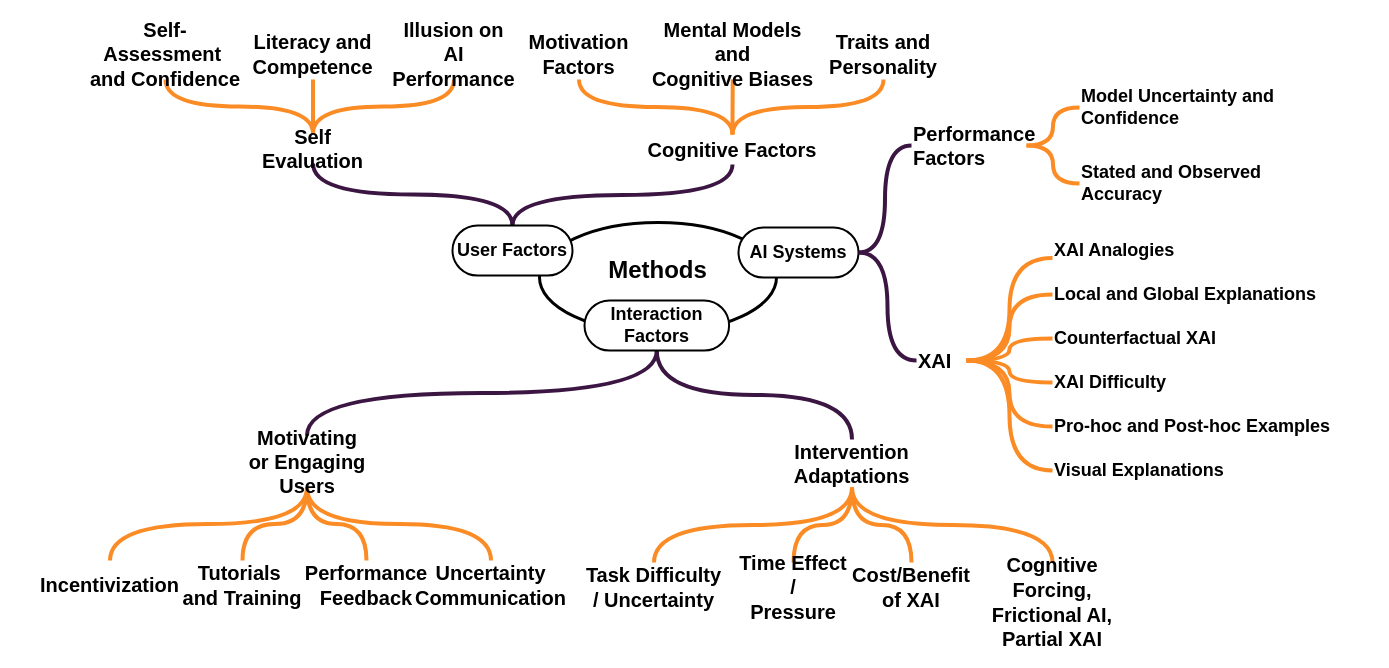
Above: ext/chi-rev-method-overview.drawio in raeeschaudhary/Coursera_Exams (draw.io), before the change. Source tidied: cells renumbered, new cells numbered last; positions are measured from the earlier drawing's top-left corner, leaving out a move shared by most shapes. Both pictures are drawn from the tidied source at 100%, with x=0, y=0 at pixel (38, 29).
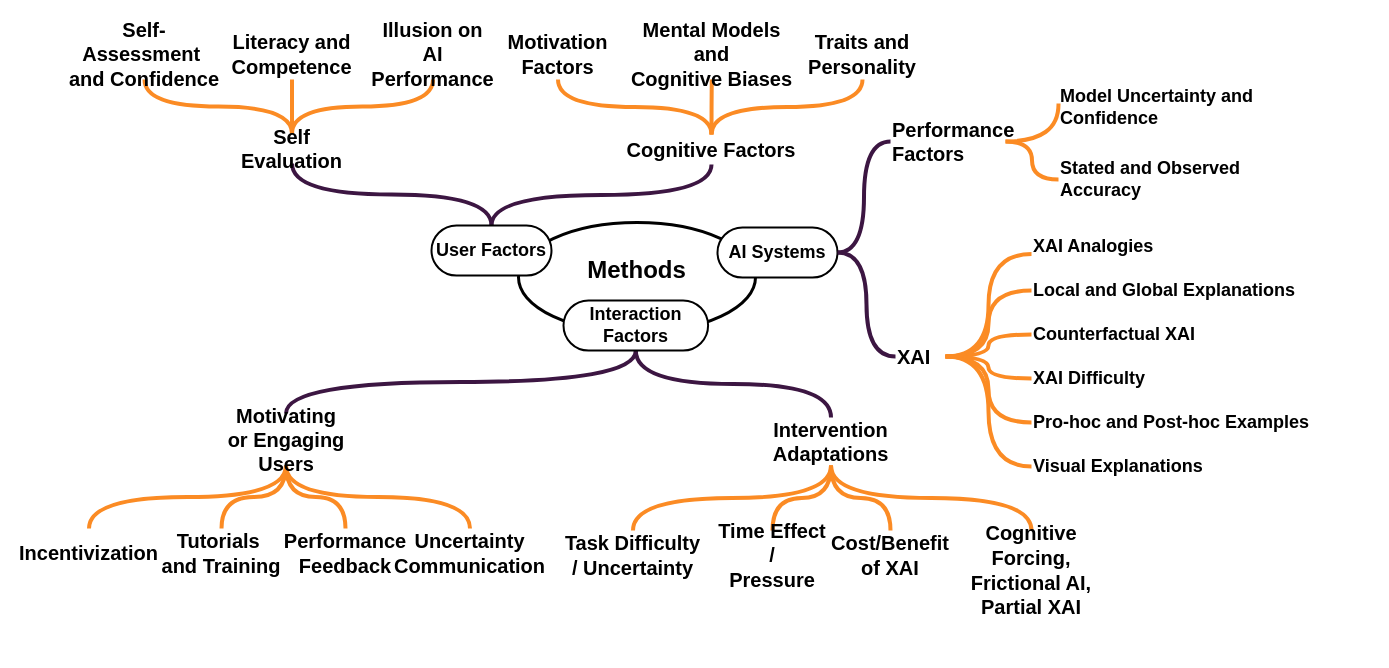
After the change.

The edit, as a diff of the source:
```diff
@@
     <mxCell id="2" value="Methods" style="ellipse;whiteSpace=wrap;html=1;strokeWidth=3;fontFamily=corbel;fontSize=24;fontStyle=1;verticalAlign=top;spacingTop=27;" parent="1" vertex="1">
-      <mxGeometry x="501" y="193" width="237" height="110" as="geometry" />
+      <mxGeometry x="480" y="193" width="237" height="110" as="geometry" />
     </mxCell>
@@
     <mxCell id="4" value="AI Systems" style="rounded=1;whiteSpace=wrap;html=1;arcSize=50;strokeWidth=2;fontFamily=corbel;fontSize=18;fontStyle=1;" parent="1" vertex="1">
-      <mxGeometry x="700" y="198" width="120" height="50" as="geometry" />
+      <mxGeometry x="679" y="198" width="120" height="50" as="geometry" />
     </mxCell>
@@
     <mxCell id="7" value="User Factors" style="rounded=1;whiteSpace=wrap;html=1;arcSize=50;strokeWidth=2;fontFamily=corbel;fontSize=18;fontStyle=1;" parent="1" vertex="1">
-      <mxGeometry x="414" y="196" width="120" height="50" as="geometry" />
+      <mxGeometry x="393" y="196" width="120" height="50" as="geometry" />
     </mxCell>
@@
     <mxCell id="10" value="Interaction Factors" style="rounded=1;whiteSpace=wrap;html=1;arcSize=50;strokeWidth=2;fontFamily=corbel;fontSize=18;fontStyle=1;" parent="1" vertex="1">
-      <mxGeometry x="546" y="271" width="144.6" height="50" as="geometry" />
+      <mxGeometry x="525" y="271" width="144.6" height="50" as="geometry" />
     </mxCell>
     <mxCell id="11" value="&lt;span style=&quot;&quot;&gt;Performance&amp;nbsp;&lt;/span&gt;&lt;div&gt;&lt;span style=&quot;&quot;&gt;Factors&lt;/span&gt;&lt;/div&gt;" style="text;html=1;whiteSpace=wrap;strokeColor=none;fillColor=none;align=left;verticalAlign=middle;rounded=0;fontFamily=corbel;fontStyle=1;fontSize=20;" parent="1" vertex="1">
-      <mxGeometry x="873" y="101" width="115" height="30" as="geometry" />
+      <mxGeometry x="852" y="97" width="115" height="30" as="geometry" />
     </mxCell>
@@
     <mxCell id="13" value="&lt;span style=&quot;&quot;&gt;XAI&lt;/span&gt;" style="text;html=1;whiteSpace=wrap;strokeColor=none;fillColor=none;align=left;verticalAlign=middle;rounded=0;fontFamily=corbel;fontStyle=1;fontSize=20;" parent="1" vertex="1">
-      <mxGeometry x="878" y="316" width="50" height="30" as="geometry" />
+      <mxGeometry x="857" y="312" width="50" height="30" as="geometry" />
     </mxCell>
@@
     <mxCell id="15" value="&lt;span&gt;&lt;span&gt;Model Uncertainty and Confidence&lt;/span&gt;&lt;/span&gt;" style="text;html=1;whiteSpace=wrap;strokeColor=none;fillColor=none;align=left;verticalAlign=middle;rounded=0;fontFamily=corbel;fontSize=18;fontStyle=1;" parent="1" vertex="1">
-      <mxGeometry x="1041" y="63" width="277" height="30" as="geometry" />
+      <mxGeometry x="1020" y="63" width="277" height="30" as="geometry" />
     </mxCell>
     <mxCell id="16" value="&lt;span&gt;&lt;span&gt;Stated and Observed Accuracy&lt;/span&gt;&lt;/span&gt;" style="text;html=1;whiteSpace=wrap;strokeColor=none;fillColor=none;align=left;verticalAlign=middle;rounded=0;fontFamily=corbel;fontSize=18;fontStyle=1;" parent="1" vertex="1">
-      <mxGeometry x="1041" y="139" width="257" height="30" as="geometry" />
+      <mxGeometry x="1020" y="135" width="257" height="30" as="geometry" />
     </mxCell>
-    <mxCell id="17" style="edgeStyle=orthogonalEdgeStyle;rounded=0;jettySize=auto;html=1;exitX=1;exitY=0.5;exitDx=0;exitDy=0;entryX=0;entryY=0.5;entryDx=0;entryDy=0;strokeWidth=4;curved=1;endArrow=none;endFill=0;strokeColor=#FB8B24;" parent="1" edge="1" source="11" target="15">
-      <mxGeometry relative="1" as="geometry" />
+    <mxCell id="17" style="edgeStyle=orthogonalEdgeStyle;rounded=0;jettySize=auto;html=1;exitX=1;exitY=0.5;exitDx=0;exitDy=0;entryX=0;entryY=0.5;entryDx=0;entryDy=0;strokeWidth=4;curved=1;endArrow=none;endFill=0;strokeColor=#FB8B24;" parent="1" edge="1" source="11">
+      <mxGeometry relative="1" as="geometry">
+        <mxPoint x="1020" y="74" as="targetPoint" />
+      </mxGeometry>
     </mxCell>
@@
     <mxCell id="19" value="&lt;span&gt;&lt;span&gt;XAI Analogies&lt;/span&gt;&lt;/span&gt;" style="text;html=1;whiteSpace=wrap;strokeColor=none;fillColor=none;align=left;verticalAlign=middle;rounded=0;fontFamily=corbel;fontSize=18;fontStyle=1;" parent="1" vertex="1">
-      <mxGeometry x="1014" y="206" width="192" height="30" as="geometry" />
+      <mxGeometry x="993" y="202" width="192" height="30" as="geometry" />
     </mxCell>
     <mxCell id="20" value="&lt;span&gt;&lt;span&gt;Local and Global Explanations&amp;nbsp;&lt;/span&gt;&lt;/span&gt;" style="text;html=1;whiteSpace=wrap;strokeColor=none;fillColor=none;align=left;verticalAlign=middle;rounded=0;fontFamily=corbel;fontSize=18;fontStyle=1;" parent="1" vertex="1">
-      <mxGeometry x="1014" y="250" width="290" height="30" as="geometry" />
+      <mxGeometry x="993" y="246" width="290" height="30" as="geometry" />
     </mxCell>
     <mxCell id="21" value="&lt;span&gt;&lt;span&gt;Counterfactual XAI&lt;/span&gt;&lt;/span&gt;" style="text;html=1;whiteSpace=wrap;strokeColor=none;fillColor=none;align=left;verticalAlign=middle;rounded=0;fontFamily=corbel;fontSize=18;fontStyle=1;" parent="1" vertex="1">
-      <mxGeometry x="1014" y="294" width="285" height="30" as="geometry" />
+      <mxGeometry x="993" y="290" width="285" height="30" as="geometry" />
     </mxCell>
     <mxCell id="22" value="&lt;span&gt;&lt;span&gt;XAI Difficulty&lt;/span&gt;&lt;/span&gt;" style="text;html=1;whiteSpace=wrap;strokeColor=none;fillColor=none;align=left;verticalAlign=middle;rounded=0;fontFamily=corbel;fontSize=18;fontStyle=1;" parent="1" vertex="1">
-      <mxGeometry x="1014" y="338" width="192" height="30" as="geometry" />
+      <mxGeometry x="993" y="334" width="192" height="30" as="geometry" />
     </mxCell>
     <mxCell id="23" value="&lt;span&gt;&lt;span&gt;Pro-hoc and Post-hoc Examples&lt;/span&gt;&lt;/span&gt;" style="text;html=1;whiteSpace=wrap;strokeColor=none;fillColor=none;align=left;verticalAlign=middle;rounded=0;fontFamily=corbel;fontSize=18;fontStyle=1;" parent="1" vertex="1">
-      <mxGeometry x="1014" y="382" width="320" height="30" as="geometry" />
+      <mxGeometry x="993" y="378" width="320" height="30" as="geometry" />
     </mxCell>
     <mxCell id="24" value="&lt;span&gt;&lt;span&gt;Visual Explanations&lt;/span&gt;&lt;/span&gt;" style="text;html=1;whiteSpace=wrap;strokeColor=none;fillColor=none;align=left;verticalAlign=middle;rounded=0;fontFamily=corbel;fontSize=18;fontStyle=1;" parent="1" vertex="1">
-      <mxGeometry x="1014" y="426" width="192" height="30" as="geometry" />
+      <mxGeometry x="993" y="422" width="192" height="30" as="geometry" />
     </mxCell>
@@
     <mxCell id="34" value="&lt;span&gt;Motivating &lt;br&gt;or Engaging Users&lt;/span&gt;" style="text;html=1;whiteSpace=wrap;strokeColor=none;fillColor=none;align=center;verticalAlign=middle;rounded=0;fontFamily=corbel;fontStyle=1;fontSize=20;" parent="1" vertex="1">
-      <mxGeometry x="188.5" y="406" width="160" height="52" as="geometry" />
+      <mxGeometry x="167.5" y="384" width="160" height="52" as="geometry" />
     </mxCell>
@@
     <mxCell id="39" value="&lt;span&gt;Intervention Adaptations&lt;/span&gt;" style="text;html=1;whiteSpace=wrap;strokeColor=none;fillColor=none;align=center;verticalAlign=middle;rounded=0;fontFamily=corbel;fontStyle=1;fontSize=20;" parent="1" vertex="1">
-      <mxGeometry x="756" y="410" width="115" height="48" as="geometry" />
+      <mxGeometry x="735" y="388" width="115" height="48" as="geometry" />
     </mxCell>
     <mxCell id="40" value="&lt;span&gt;&lt;span style=&quot;font-size:20px;&quot;&gt;Task Difficulty&lt;br&gt;&lt;/span&gt;&lt;span style=&quot;font-size:20px;&quot;&gt;/ Uncertainty&lt;/span&gt;&lt;/span&gt;" style="text;html=1;whiteSpace=wrap;strokeColor=none;fillColor=none;align=center;verticalAlign=middle;rounded=0;fontFamily=corbel;fontSize=18;fontStyle=1;" parent="1" vertex="1">
-      <mxGeometry x="544" y="533" width="143" height="50" as="geometry" />
+      <mxGeometry x="523" y="501" width="143" height="50" as="geometry" />
     </mxCell>
     <mxCell id="41" value="&lt;span&gt;&lt;span style=&quot;font-size:20px;&quot;&gt;Time Effect /&lt;br&gt;&lt;/span&gt;&lt;span style=&quot;font-size:20px;&quot;&gt;Pressure&lt;/span&gt;&lt;/span&gt;" style="text;html=1;whiteSpace=wrap;strokeColor=none;fillColor=none;align=center;verticalAlign=middle;rounded=0;fontFamily=corbel;fontSize=18;fontStyle=1;" parent="1" vertex="1">
-      <mxGeometry x="695" y="533" width="120" height="50" as="geometry" />
+      <mxGeometry x="674" y="501" width="120" height="50" as="geometry" />
     </mxCell>
     <mxCell id="42" value="&lt;span&gt;&lt;span style=&quot;font-size:20px;&quot;&gt;Cost/Benefit&lt;br&gt;&lt;/span&gt;&lt;span style=&quot;font-size:20px;&quot;&gt;of XAI&lt;/span&gt;&lt;/span&gt;" style="text;html=1;whiteSpace=wrap;strokeColor=none;fillColor=none;align=center;verticalAlign=middle;rounded=0;fontFamily=corbel;fontSize=18;fontStyle=1;" parent="1" vertex="1">
-      <mxGeometry x="808" y="533" width="130" height="50" as="geometry" />
+      <mxGeometry x="787" y="501" width="130" height="50" as="geometry" />
     </mxCell>
     <mxCell id="43" value="&lt;span&gt;&lt;span style=&quot;font-size:20px;&quot;&gt;Cognitive Forcing, &lt;br&gt;&lt;/span&gt;&lt;span style=&quot;font-size:20px;&quot;&gt;Frictional AI,&lt;br&gt;&lt;/span&gt;&lt;span style=&quot;font-size:20px;&quot;&gt;Partial XAI&lt;/span&gt;&lt;/span&gt;" style="text;html=1;whiteSpace=wrap;strokeColor=none;fillColor=none;align=center;verticalAlign=middle;rounded=0;fontFamily=corbel;fontSize=18;fontStyle=1;" parent="1" vertex="1">
-      <mxGeometry x="934" y="533" width="160" height="80" as="geometry" />
+      <mxGeometry x="913" y="501" width="160" height="80" as="geometry" />
     </mxCell>
     <mxCell id="44" value="&lt;span&gt;&lt;span style=&quot;font-size:20px;&quot;&gt;Incentivization&lt;/span&gt;&lt;/span&gt;" style="text;html=1;whiteSpace=wrap;strokeColor=none;fillColor=none;align=center;verticalAlign=middle;rounded=0;fontFamily=corbel;fontSize=18;fontStyle=1;" parent="1" vertex="1">
-      <mxGeometry y="531" width="143" height="50" as="geometry" />
+      <mxGeometry x="-21" y="499" width="143" height="50" as="geometry" />
     </mxCell>
     <mxCell id="45" value="&lt;span&gt;&lt;span&gt;&lt;span style=&quot;font-size: 20px;&quot;&gt;Tutorials&amp;nbsp;&lt;br&gt;&lt;/span&gt;&lt;/span&gt;&lt;span style=&quot;background-color: transparent; color: light-dark(rgb(0, 0, 0), rgb(255, 255, 255)); font-size: 20px;&quot;&gt;and&amp;nbsp;&lt;/span&gt;&lt;span style=&quot;background-color: transparent; color: light-dark(rgb(0, 0, 0), rgb(255, 255, 255)); font-size: 20px;&quot;&gt;Training&lt;/span&gt;&lt;/span&gt;" style="text;html=1;whiteSpace=wrap;strokeColor=none;fillColor=none;align=center;verticalAlign=middle;rounded=0;fontFamily=corbel;fontSize=18;fontStyle=1;" parent="1" vertex="1">
-      <mxGeometry x="143" y="531" width="122" height="50" as="geometry" />
+      <mxGeometry x="122" y="499" width="122" height="50" as="geometry" />
     </mxCell>
     <mxCell id="46" value="&lt;span&gt;&lt;span style=&quot;font-size:20px;&quot;&gt;Performance&lt;br&gt;&lt;/span&gt;&lt;span style=&quot;font-size:20px;&quot;&gt;Feedback&lt;/span&gt;&lt;/span&gt;" style="text;html=1;whiteSpace=wrap;strokeColor=none;fillColor=none;align=center;verticalAlign=middle;rounded=0;fontFamily=corbel;fontSize=18;fontStyle=1;" parent="1" vertex="1">
-      <mxGeometry x="271" y="531" width="114" height="50" as="geometry" />
+      <mxGeometry x="250" y="499" width="114" height="50" as="geometry" />
     </mxCell>
     <mxCell id="47" value="&lt;span style=&quot;font-size: 20px;&quot;&gt;Uncertainty&lt;br&gt;&lt;/span&gt;&lt;span style=&quot;font-size: 20px;&quot;&gt;Communication&lt;/span&gt;" style="text;html=1;whiteSpace=wrap;strokeColor=none;fillColor=none;align=center;verticalAlign=middle;rounded=0;fontFamily=corbel;fontSize=18;fontStyle=1;" parent="1" vertex="1">
-      <mxGeometry x="388" y="531" width="129" height="50" as="geometry" />
+      <mxGeometry x="367" y="499" width="129" height="50" as="geometry" />
     </mxCell>
@@
     <mxCell id="51" value="&lt;span&gt;Cognitive Factors&lt;/span&gt;" style="text;html=1;whiteSpace=wrap;strokeColor=none;fillColor=none;align=center;verticalAlign=middle;rounded=0;fontFamily=corbel;fontStyle=1;fontSize=20;" parent="1" vertex="1">
-      <mxGeometry x="599" y="105" width="190" height="30" as="geometry" />
+      <mxGeometry x="578" y="105" width="190" height="30" as="geometry" />
     </mxCell>
@@
     <mxCell id="55" value="&lt;span&gt;Self Evaluation&lt;/span&gt;" style="text;html=1;whiteSpace=wrap;strokeColor=none;fillColor=none;align=center;verticalAlign=middle;rounded=0;fontFamily=corbel;fontStyle=1;fontSize=20;" parent="1" vertex="1">
-      <mxGeometry x="207" y="104" width="135" height="30" as="geometry" />
+      <mxGeometry x="186" y="104" width="135" height="30" as="geometry" />
     </mxCell>
     <mxCell id="56" value="&lt;span&gt;&lt;span style=&quot;font-size:20px;&quot;&gt;Motivation&lt;br&gt;Factors&lt;/span&gt;&lt;/span&gt;" style="text;html=1;whiteSpace=wrap;strokeColor=none;fillColor=none;align=center;verticalAlign=middle;rounded=0;fontFamily=corbel;fontSize=18;fontStyle=1;" parent="1" vertex="1">
-      <mxGeometry x="489" width="103" height="50" as="geometry" />
+      <mxGeometry x="468" width="103" height="50" as="geometry" />
     </mxCell>
     <mxCell id="57" value="&lt;span&gt;&lt;span style=&quot;font-size: 20px;&quot;&gt;Mental Models and&lt;br&gt;&lt;/span&gt;&lt;span style=&quot;font-size: 20px;&quot;&gt;Cognitive Biases&lt;/span&gt;&lt;/span&gt;" style="text;html=1;whiteSpace=wrap;strokeColor=none;fillColor=none;align=center;verticalAlign=middle;rounded=0;fontFamily=corbel;fontSize=18;fontStyle=1;" parent="1" vertex="1">
-      <mxGeometry x="611" width="166.5" height="50" as="geometry" />
+      <mxGeometry x="590" width="166.5" height="50" as="geometry" />
     </mxCell>
     <mxCell id="58" value="&lt;span style=&quot;font-size: 20px;&quot;&gt;Traits and&lt;br&gt;&lt;/span&gt;&lt;span style=&quot;font-size: 20px;&quot;&gt;Personality&lt;/span&gt;" style="text;html=1;whiteSpace=wrap;strokeColor=none;fillColor=none;align=center;verticalAlign=middle;rounded=0;fontFamily=corbel;fontSize=18;fontStyle=1;" parent="1" vertex="1">
-      <mxGeometry x="795" width="100" height="50" as="geometry" />
+      <mxGeometry x="774" width="100" height="50" as="geometry" />
     </mxCell>
     <mxCell id="59" value="&lt;span&gt;&lt;span style=&quot;font-size:20px;&quot;&gt;Self-Assessment&amp;nbsp;&lt;/span&gt;&lt;/span&gt;&lt;div&gt;&lt;span&gt;&lt;span style=&quot;font-size:20px;&quot;&gt;and&amp;nbsp;&lt;/span&gt;&lt;span style=&quot;font-size:20px;&quot;&gt;Confidence&lt;/span&gt;&lt;/span&gt;&lt;/div&gt;" style="text;html=1;whiteSpace=wrap;strokeColor=none;fillColor=none;align=center;verticalAlign=middle;rounded=0;fontFamily=corbel;fontSize=18;fontStyle=1;" parent="1" vertex="1">
-      <mxGeometry x="46" width="162" height="50" as="geometry" />
+      <mxGeometry x="25" width="162" height="50" as="geometry" />
     </mxCell>
     <mxCell id="60" value="&lt;span style=&quot;font-size: 20px;&quot;&gt;Literacy and&lt;br&gt;&lt;/span&gt;&lt;span style=&quot;font-size: 20px;&quot;&gt;Competence&lt;/span&gt;" style="text;html=1;whiteSpace=wrap;strokeColor=none;fillColor=none;align=center;verticalAlign=middle;rounded=0;fontFamily=corbel;fontSize=18;fontStyle=1;" parent="1" vertex="1">
-      <mxGeometry x="223" width="103" height="50" as="geometry" />
+      <mxGeometry x="202" width="103" height="50" as="geometry" />
     </mxCell>
     <mxCell id="61" value="&lt;span&gt;&lt;span style=&quot;font-size:20px;&quot;&gt;Illusion on AI&lt;br&gt;&lt;/span&gt;&lt;span style=&quot;font-size:20px;&quot;&gt;Performance&lt;/span&gt;&lt;/span&gt;" style="text;html=1;whiteSpace=wrap;strokeColor=none;fillColor=none;align=center;verticalAlign=middle;rounded=0;fontFamily=corbel;fontSize=18;fontStyle=1;" parent="1" vertex="1">
-      <mxGeometry x="364" width="103" height="50" as="geometry" />
+      <mxGeometry x="343" width="103" height="50" as="geometry" />
     </mxCell>
```
